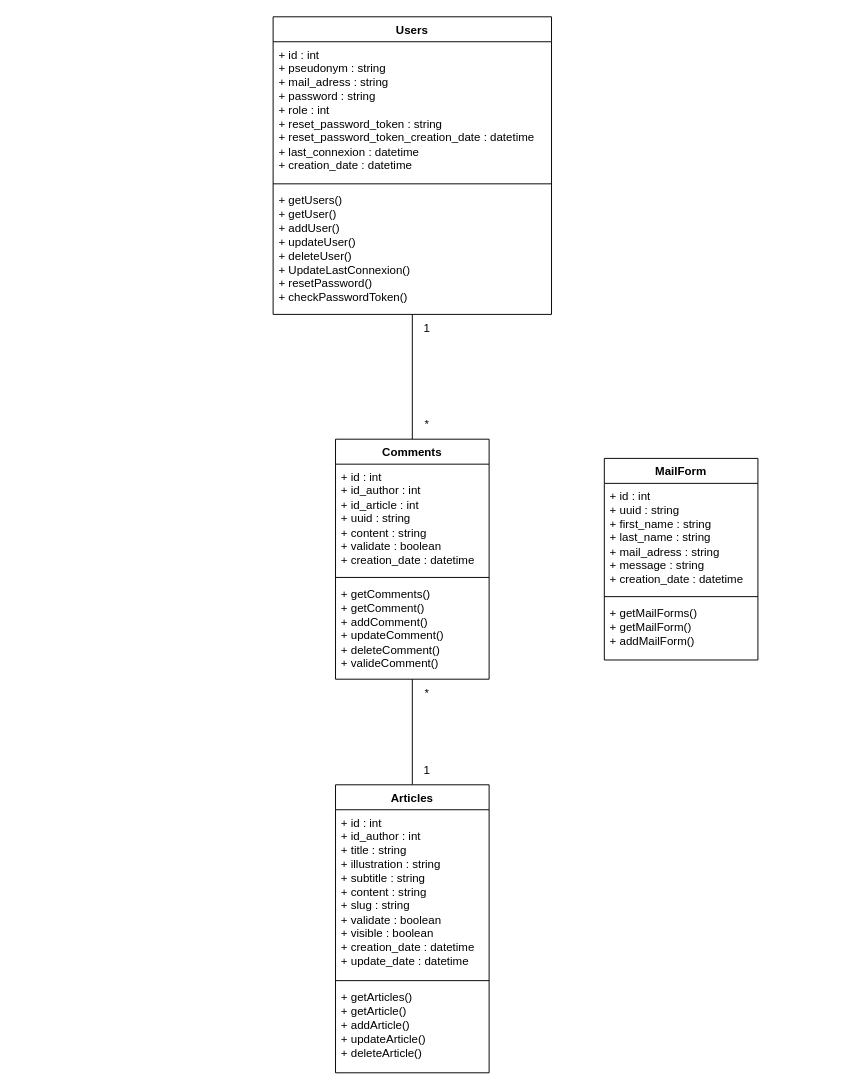
Earlier version of the draw.io diagram diagrammes/Diagramme de classes.drawio (arcausin/blog-php). Source tidied: cells renumbered, new cells numbered last; positions are measured from the earlier drawing's top-left corner, leaving out a move shared by most shapes. Both pictures are drawn from the tidied source at 96%, with x=0, y=0 at pixel (273, 16).
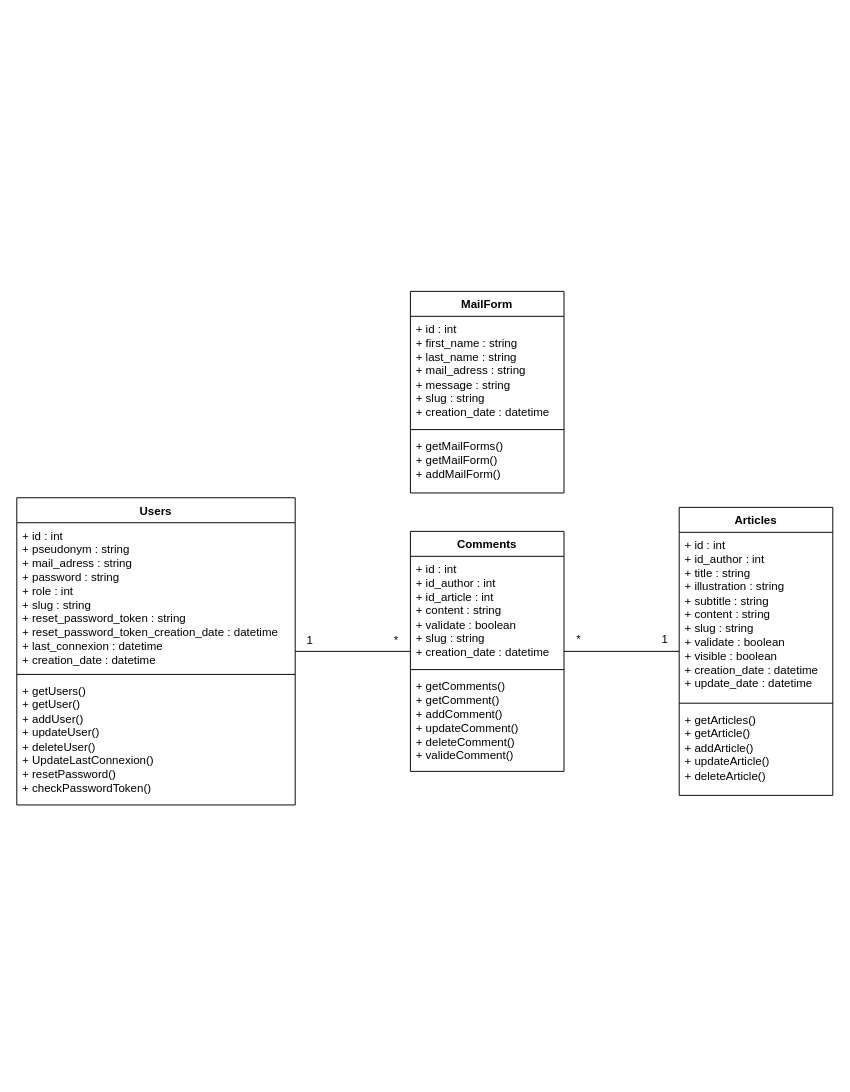
After the change.

Change to the diagram source:
```diff
@@
-    <mxCell id="2" style="edgeStyle=orthogonalEdgeStyle;rounded=0;jettySize=auto;html=1;entryX=0.5;entryY=1;entryDx=0;entryDy=0;endArrow=none;endFill=0;" parent="1" edge="1" source="3" target="16">
-      <mxGeometry relative="1" as="geometry" />
-    </mxCell>
     <mxCell id="3" value="Articles" style="swimlane;fontStyle=1;align=center;verticalAlign=top;horizontal=1;startSize=26;whiteSpace=wrap;html=1;" parent="1" vertex="1">
-      <mxGeometry x="65" y="800" width="160" height="300" as="geometry" />
+      <mxGeometry x="423" y="511" width="160" height="300" as="geometry" />
     </mxCell>
@@
     <mxCell id="7" value="Users" style="swimlane;fontStyle=1;align=center;verticalAlign=top;horizontal=1;startSize=26;whiteSpace=wrap;html=1;" parent="1" vertex="1">
-      <mxGeometry width="290" height="310" as="geometry" />
+      <mxGeometry x="-267" y="501" width="290" height="320" as="geometry" />
     </mxCell>
-    <mxCell id="8" value="&lt;div&gt;+ id : int&lt;/div&gt;&lt;div&gt;+ pseudonym : string&lt;br&gt;&lt;/div&gt;&lt;div&gt;+ mail_adress : string&lt;br&gt;&lt;/div&gt;&lt;div&gt;+ password : string&lt;/div&gt;&lt;div&gt;+ role : int&lt;/div&gt;&lt;div&gt;+ reset_password_token : string&lt;br&gt;&lt;/div&gt;&lt;div&gt;+ reset_password_token_creation_date : datetime&lt;br&gt;&lt;/div&gt;&lt;div&gt;+ last_connexion : datetime&lt;br&gt;&lt;/div&gt;&lt;div&gt;+ creation_date : datetime&lt;/div&gt;&lt;div&gt;&lt;br&gt;&lt;/div&gt;" style="text;strokeColor=none;fillColor=none;align=left;verticalAlign=top;spacingLeft=4;spacingRight=4;overflow=hidden;whiteSpace=wrap;html=1;" parent="7" vertex="1">
-      <mxGeometry y="26" width="290" height="144" as="geometry" />
+    <mxCell id="8" value="&lt;div&gt;+ id : int&lt;/div&gt;&lt;div&gt;+ pseudonym : string&lt;br&gt;&lt;/div&gt;&lt;div&gt;+ mail_adress : string&lt;br&gt;&lt;/div&gt;&lt;div&gt;+ password : string&lt;/div&gt;&lt;div&gt;+ role : int&lt;br&gt;&lt;/div&gt;&lt;div&gt;+ slug : string&lt;br&gt;&lt;/div&gt;&lt;div&gt;+ reset_password_token : string&lt;br&gt;&lt;/div&gt;&lt;div&gt;+ reset_password_token_creation_date : datetime&lt;br&gt;&lt;/div&gt;&lt;div&gt;+ last_connexion : datetime&lt;br&gt;&lt;/div&gt;&lt;div&gt;+ creation_date : datetime&lt;/div&gt;&lt;div&gt;&lt;br&gt;&lt;/div&gt;" style="text;strokeColor=none;fillColor=none;align=left;verticalAlign=top;spacingLeft=4;spacingRight=4;overflow=hidden;whiteSpace=wrap;html=1;" parent="7" vertex="1">
+      <mxGeometry y="26" width="290" height="154" as="geometry" />
     </mxCell>
     <mxCell id="9" style="line;strokeWidth=1;fillColor=none;align=left;verticalAlign=middle;spacingTop=-1;spacingLeft=3;spacingRight=3;labelPosition=right;strokeColor=inherit;" parent="7" vertex="1">
-      <mxGeometry y="170" width="290" height="8" as="geometry" />
+      <mxGeometry y="180" width="290" height="8" as="geometry" />
     </mxCell>
     <mxCell id="10" value="&lt;div&gt;+ getUsers()&lt;br&gt;&lt;/div&gt;&lt;div&gt;+ getUser()&lt;br&gt;&lt;/div&gt;&lt;div&gt;+ addUser()&lt;/div&gt;&lt;div&gt;+ updateUser()&lt;/div&gt;&lt;div&gt;+ deleteUser()&lt;/div&gt;&lt;div&gt;+ UpdateLastConnexion()&lt;/div&gt;&lt;div&gt;+ resetPassword()&lt;/div&gt;&lt;div&gt;+ checkPasswordToken()&lt;/div&gt;" style="text;strokeColor=none;fillColor=none;align=left;verticalAlign=top;spacingLeft=4;spacingRight=4;overflow=hidden;points=[[0,0.5],[1,0.5]];portConstraint=eastwest;whiteSpace=wrap;html=1;" parent="7" vertex="1">
-      <mxGeometry y="178" width="290" height="132" as="geometry" />
+      <mxGeometry y="188" width="290" height="132" as="geometry" />
     </mxCell>
     <mxCell id="11" value="MailForm" style="swimlane;fontStyle=1;align=center;verticalAlign=top;horizontal=1;startSize=26;whiteSpace=wrap;html=1;" parent="1" vertex="1">
-      <mxGeometry x="345" y="460" width="160" height="210" as="geometry" />
+      <mxGeometry x="143" y="286" width="160" height="210" as="geometry" />
     </mxCell>
-    <mxCell id="12" value="&lt;div&gt;+ id : int&lt;/div&gt;&lt;div&gt;+ uuid : string&lt;br&gt;&lt;/div&gt;&lt;div&gt;+ first_name : string&lt;br&gt;&lt;/div&gt;&lt;div&gt;+ last_name : string&lt;br&gt;&lt;/div&gt;&lt;div&gt;+ mail_adress : string&lt;/div&gt;&lt;div&gt;+ message : string&lt;/div&gt;&lt;div&gt;+ creation_date : datetime&lt;/div&gt;&lt;div&gt;&lt;br&gt;&lt;/div&gt;" style="text;strokeColor=none;fillColor=none;align=left;verticalAlign=top;spacingLeft=4;spacingRight=4;overflow=hidden;whiteSpace=wrap;html=1;" parent="11" vertex="1">
+    <mxCell id="12" value="&lt;div&gt;+ id : int&lt;/div&gt;&lt;div&gt;+ first_name : string&lt;br&gt;&lt;/div&gt;&lt;div&gt;+ last_name : string&lt;br&gt;&lt;/div&gt;&lt;div&gt;+ mail_adress : string&lt;/div&gt;&lt;div&gt;+ message : string&lt;/div&gt;&lt;div&gt;+ slug : string&lt;br&gt;&lt;/div&gt;&lt;div&gt;+ creation_date : datetime&lt;/div&gt;&lt;div&gt;&lt;br&gt;&lt;/div&gt;" style="text;strokeColor=none;fillColor=none;align=left;verticalAlign=top;spacingLeft=4;spacingRight=4;overflow=hidden;whiteSpace=wrap;html=1;" parent="11" vertex="1">
       <mxGeometry y="26" width="160" height="114" as="geometry" />
     </mxCell>
@@
-    <mxCell id="15" style="edgeStyle=orthogonalEdgeStyle;rounded=0;jettySize=auto;html=1;entryX=0.5;entryY=1;entryDx=0;entryDy=0;entryPerimeter=0;endArrow=none;endFill=0;" parent="1" edge="1" source="16" target="10">
-      <mxGeometry relative="1" as="geometry" />
-    </mxCell>
+    <mxCell id="24" style="edgeStyle=orthogonalEdgeStyle;rounded=0;jettySize=auto;html=1;endArrow=none;endFill=0;" parent="1" edge="1" source="16" target="7">
+      <mxGeometry relative="1" as="geometry" />
+    </mxCell>
+    <mxCell id="25" style="edgeStyle=orthogonalEdgeStyle;rounded=0;jettySize=auto;html=1;endArrow=none;endFill=0;" parent="1" edge="1" source="16" target="3">
+      <mxGeometry relative="1" as="geometry" />
+    </mxCell>
     <mxCell id="16" value="Comments" style="swimlane;fontStyle=1;align=center;verticalAlign=top;horizontal=1;startSize=26;whiteSpace=wrap;html=1;" parent="1" vertex="1">
-      <mxGeometry x="65" y="440" width="160" height="250" as="geometry" />
+      <mxGeometry x="143" y="536" width="160" height="250" as="geometry" />
     </mxCell>
-    <mxCell id="17" value="&lt;div&gt;+ id : int&lt;/div&gt;&lt;div&gt;+ id_author : int&lt;/div&gt;&lt;div&gt;+ id_article : int&lt;/div&gt;&lt;div&gt;+ uuid : string&lt;br&gt;&lt;/div&gt;&lt;div&gt;+ content : string&lt;br&gt;&lt;/div&gt;&lt;div&gt;+ validate : boolean&lt;/div&gt;&lt;div&gt;+ creation_date : datetime&lt;/div&gt;&lt;div&gt;&lt;br&gt;&lt;/div&gt;" style="text;strokeColor=none;fillColor=none;align=left;verticalAlign=top;spacingLeft=4;spacingRight=4;overflow=hidden;whiteSpace=wrap;html=1;" parent="16" vertex="1">
+    <mxCell id="17" value="&lt;div&gt;+ id : int&lt;/div&gt;&lt;div&gt;+ id_author : int&lt;/div&gt;&lt;div&gt;+ id_article : int&lt;br&gt;&lt;/div&gt;&lt;div&gt;+ content : string&lt;br&gt;&lt;/div&gt;&lt;div&gt;+ validate : boolean&lt;/div&gt;&lt;div&gt;+ slug : string&lt;br&gt;&lt;/div&gt;&lt;div&gt;+ creation_date : datetime&lt;/div&gt;&lt;div&gt;&lt;br&gt;&lt;/div&gt;" style="text;strokeColor=none;fillColor=none;align=left;verticalAlign=top;spacingLeft=4;spacingRight=4;overflow=hidden;whiteSpace=wrap;html=1;" parent="16" vertex="1">
       <mxGeometry y="26" width="160" height="114" as="geometry" />
     </mxCell>
@@
     <mxCell id="20" value="1" style="text;html=1;align=center;verticalAlign=middle;strokeColor=none;fillColor=none;" parent="1" vertex="1">
-      <mxGeometry x="145" y="310" width="30" height="30" as="geometry" />
+      <mxGeometry x="23" y="635" width="30" height="30" as="geometry" />
     </mxCell>
     <mxCell id="21" value="*" style="text;html=1;align=center;verticalAlign=middle;strokeColor=none;fillColor=none;" parent="1" vertex="1">
-      <mxGeometry x="145" y="410" width="30" height="30" as="geometry" />
+      <mxGeometry x="113" y="635" width="30" height="30" as="geometry" />
     </mxCell>
     <mxCell id="22" value="*" style="text;html=1;align=center;verticalAlign=middle;strokeColor=none;fillColor=none;" parent="1" vertex="1">
-      <mxGeometry x="145" y="690" width="30" height="30" as="geometry" />
+      <mxGeometry x="303" y="634" width="30" height="30" as="geometry" />
     </mxCell>
     <mxCell id="23" value="1" style="text;html=1;align=center;verticalAlign=middle;strokeColor=none;fillColor=none;" parent="1" vertex="1">
-      <mxGeometry x="145" y="770" width="30" height="30" as="geometry" />
+      <mxGeometry x="393" y="634" width="30" height="30" as="geometry" />
     </mxCell>
```
